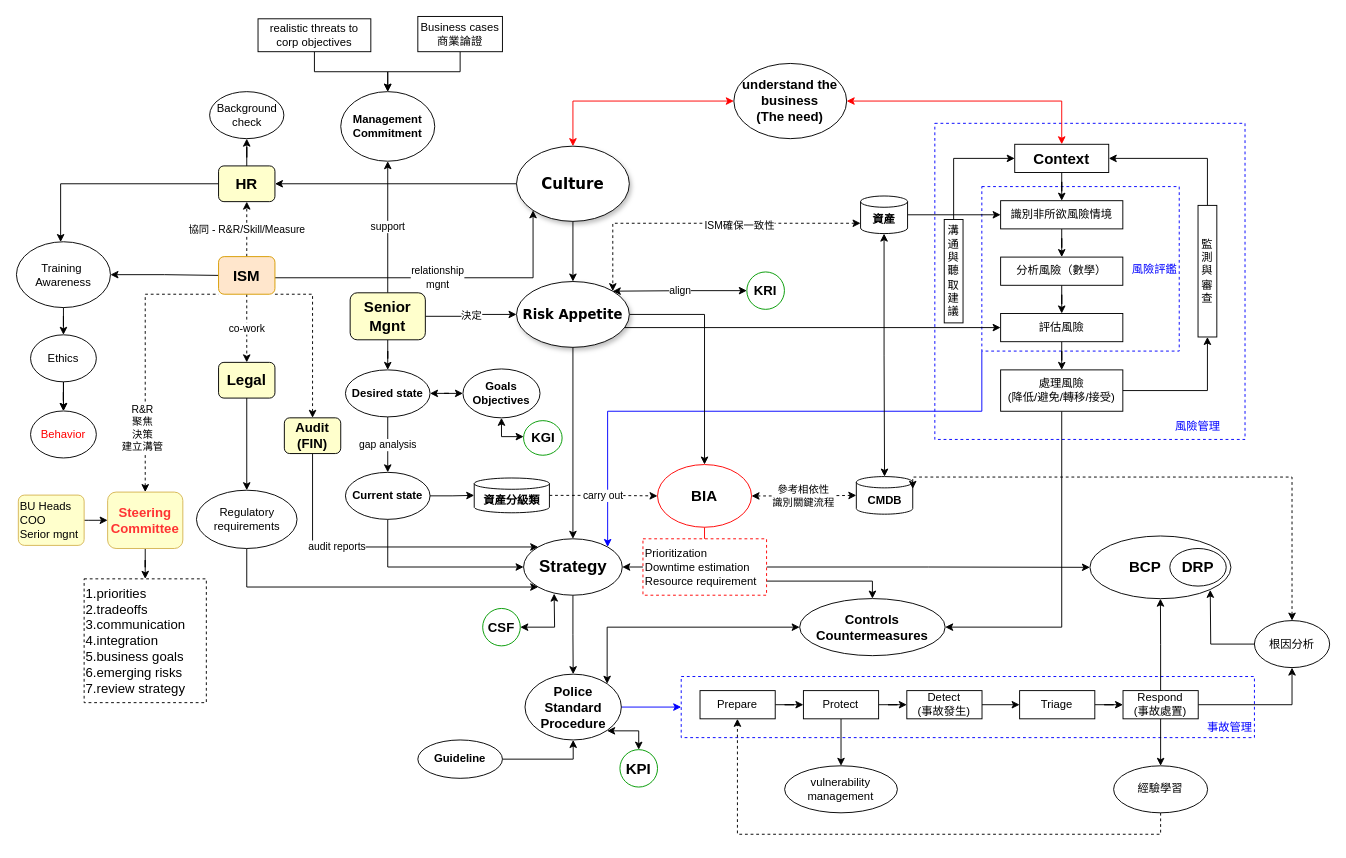
This is Untitled Diagram.drawio from digipenguin/machinelearn-ndu, a draw.io file, before an edit. Source tidied: cells renumbered, new cells numbered last; positions are measured from the earlier drawing's top-left corner, leaving out a move shared by most shapes. Both pictures are drawn from the tidied source at 94%, with x=0, y=0 at pixel (16, 16).
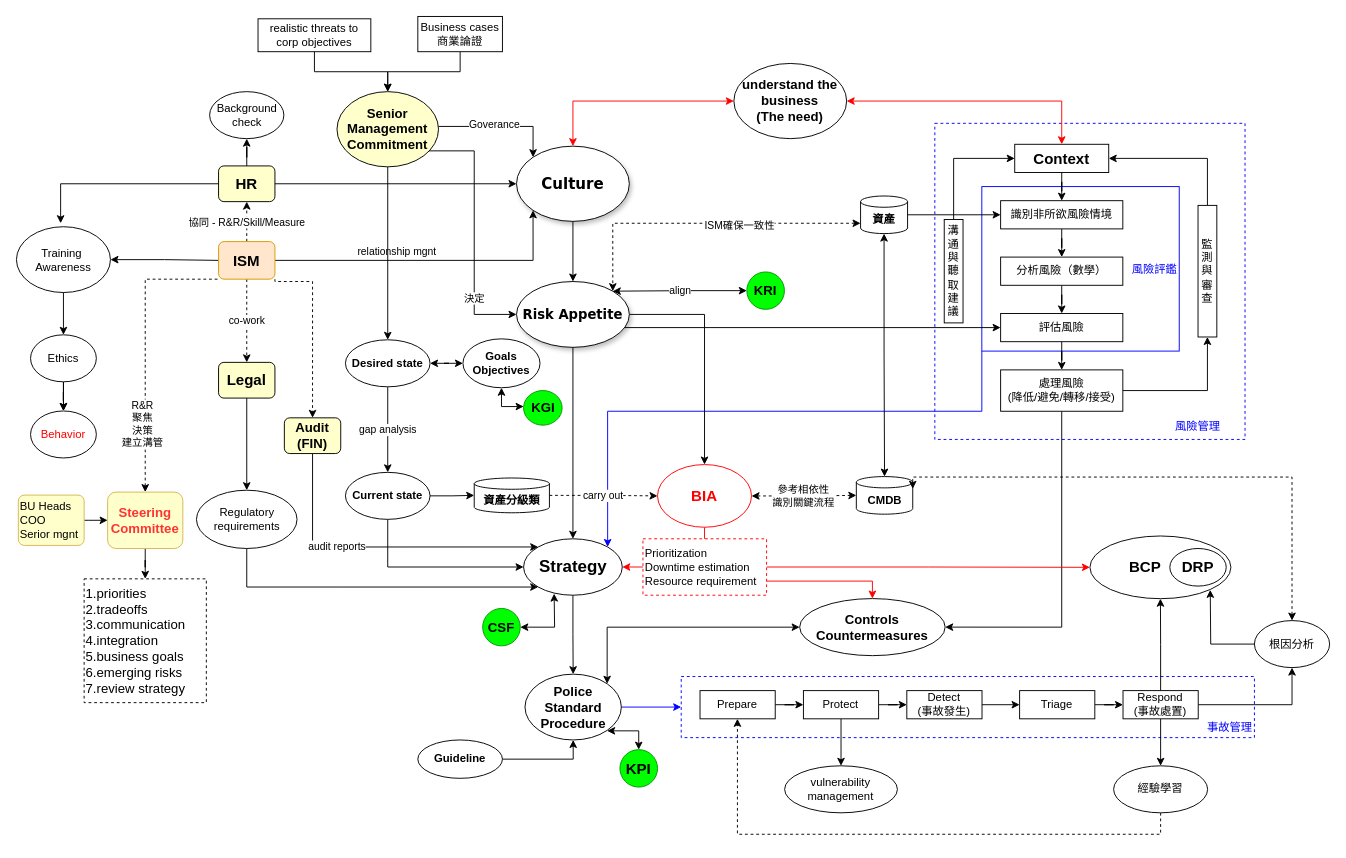
After the change.

Unchanged cells that the change refers to:
```xml
<mxCell id="9" value="&lt;span&gt;&lt;font size=&quot;1&quot;&gt;&lt;b style=&quot;font-size: 16px&quot;&gt;Culture&lt;/b&gt;&lt;/font&gt;&lt;/span&gt;" style="ellipse;whiteSpace=wrap;html=1;rounded=0;shadow=1;comic=0;labelBackgroundColor=none;strokeWidth=1;fontFamily=Verdana;fontSize=12;align=center;" parent="1" vertex="1">
  <mxGeometry x="532" y="138" width="120" height="80" as="geometry" />
</mxCell>
<mxCell id="13" value="&lt;span&gt;&lt;font size=&quot;1&quot;&gt;&lt;b style=&quot;font-size: 14px&quot;&gt;Risk Appetite&lt;/b&gt;&lt;/font&gt;&lt;/span&gt;" style="ellipse;whiteSpace=wrap;html=1;rounded=0;shadow=1;comic=0;labelBackgroundColor=none;strokeWidth=1;fontFamily=Verdana;fontSize=12;align=center;" parent="1" vertex="1">
  <mxGeometry x="532" y="282" width="120" height="70" as="geometry" />
</mxCell>
<mxCell id="15" value="&lt;b&gt;&lt;font style=&quot;font-size: 18px&quot;&gt;Strategy&lt;/font&gt;&lt;/b&gt;" style="ellipse;whiteSpace=wrap;html=1;" parent="1" vertex="1">
  <mxGeometry x="539.5" y="555.7" width="105" height="60" as="geometry" />
</mxCell>
<mxCell id="32" value="&lt;b&gt;&lt;font style=&quot;font-size: 16px&quot;&gt;HR&lt;/font&gt;&lt;/b&gt;" style="rounded=1;whiteSpace=wrap;html=1;fillColor=#FFFFCC;" parent="1" vertex="1">
  <mxGeometry x="215" y="159" width="60" height="38" as="geometry" />
</mxCell>
<mxCell id="69" value="&lt;span&gt;Prioritization&lt;/span&gt;&lt;br&gt;&lt;span&gt;Downtime estimation&lt;br&gt;Resource requirement&lt;br&gt;&lt;/span&gt;" style="rounded=0;whiteSpace=wrap;html=1;fillColor=#FFFFFF;align=left;dashed=1;strokeColor=#FF0000;" parent="1" vertex="1">
  <mxGeometry x="666.5" y="555.7" width="131.5" height="60" as="geometry" />
</mxCell>
<mxCell id="70" value="&lt;blockquote style=&quot;margin: 0 0 0 40px ; border: none ; padding: 0px&quot;&gt;&lt;font style=&quot;font-size: 16px&quot;&gt;&lt;b&gt;BCP&lt;/b&gt;&lt;/font&gt;&lt;/blockquote&gt;" style="ellipse;whiteSpace=wrap;html=1;strokeColor=#000000;fillColor=#FFFFFF;align=left;" parent="1" vertex="1">
  <mxGeometry x="1142" y="552.7" width="150" height="66.7" as="geometry" />
</mxCell>
<mxCell id="93" value="&lt;b&gt;&lt;font style=&quot;font-size: 14px&quot;&gt;Controls&lt;br&gt;Countermeasures&lt;br&gt;&lt;/font&gt;&lt;/b&gt;" style="ellipse;whiteSpace=wrap;html=1;strokeColor=#000000;fillColor=none;gradientColor=none;" parent="1" vertex="1">
  <mxGeometry x="833.2" y="619.3" width="154.8" height="60.7" as="geometry" />
</mxCell>
<mxCell id="114" value="&lt;b style=&quot;font-size: 14px&quot;&gt;&lt;font color=&quot;#ff3333&quot;&gt;Steering&lt;br&gt;Committee&lt;/font&gt;&lt;/b&gt;" style="rounded=1;whiteSpace=wrap;html=1;strokeColor=#d6b656;fillColor=#FFFFCC;" parent="1" vertex="1">
  <mxGeometry x="97" y="506" width="80" height="60" as="geometry" />
</mxCell>
<mxCell id="119" value="&lt;b style=&quot;font-size: 14px&quot;&gt;&lt;font style=&quot;font-size: 14px&quot;&gt;Audit&lt;br&gt;(FIN)&lt;br&gt;&lt;/font&gt;&lt;/b&gt;" style="rounded=1;whiteSpace=wrap;html=1;fillColor=#FFFFCC;" parent="1" vertex="1">
  <mxGeometry x="285" y="427" width="60" height="38" as="geometry" />
</mxCell>
```

The edit, as a diff of the source:
```diff
@@
-    <mxCell id="5" value="&lt;font color=&quot;#0000ff&quot;&gt;風險評鑑&lt;/font&gt;" style="rounded=0;whiteSpace=wrap;html=1;fillColor=#FFFFFF;align=right;strokeColor=#0000FF;dashed=1;" parent="1" vertex="1">
+    <mxCell id="5" value="&lt;font color=&quot;#0000ff&quot;&gt;風險評鑑&lt;/font&gt;" style="rounded=0;whiteSpace=wrap;html=1;fillColor=#FFFFFF;align=right;strokeColor=#0000FF;" parent="1" vertex="1">
       <mxGeometry x="1027" y="181" width="210" height="175" as="geometry" />
     </mxCell>
@@
-    <mxCell id="8" style="edgeStyle=orthogonalEdgeStyle;rounded=0;jettySize=auto;html=1;entryX=1;entryY=0.5;entryDx=0;entryDy=0;" parent="1" edge="1" source="9" target="32">
+    <mxCell id="8" style="edgeStyle=orthogonalEdgeStyle;rounded=0;jettySize=auto;html=1;entryX=1;entryY=0.5;entryDx=0;entryDy=0;startArrow=classic;startFill=1;endArrow=none;endFill=0;" parent="1" edge="1" source="9" target="32">
       <mxGeometry relative="1" as="geometry" />
     </mxCell>
@@
     <mxCell id="22" value="Training&amp;nbsp;&lt;br&gt;Awareness" style="ellipse;whiteSpace=wrap;html=1;" parent="1" vertex="1">
-      <mxGeometry y="239.7" width="100" height="70" as="geometry" />
+      <mxGeometry y="223.7" width="100" height="70" as="geometry" />
     </mxCell>
@@
-    <mxCell id="25" value="relationship&lt;br&gt;mgnt" style="edgeStyle=orthogonalEdgeStyle;rounded=0;jettySize=auto;html=1;entryX=0;entryY=1;entryDx=0;entryDy=0;" parent="1" edge="1" source="29" target="9">
-      <mxGeometry relative="1" as="geometry">
+    <mxCell id="25" value="relationship mgnt" style="edgeStyle=orthogonalEdgeStyle;rounded=0;jettySize=auto;html=1;entryX=0;entryY=1;entryDx=0;entryDy=0;exitX=1;exitY=0.5;exitDx=0;exitDy=0;align=right;" parent="1" edge="1" source="29" target="9">
+      <mxGeometry x="0.05" y="10" relative="1" as="geometry">
         <Array as="points">
-          <mxPoint x="422" y="278" />
-          <mxPoint x="550" y="278" />
+          <mxPoint x="550" y="260" />
         </Array>
+        <mxPoint x="1" as="offset" />
       </mxGeometry>
     </mxCell>
@@
     <mxCell id="28" style="edgeStyle=orthogonalEdgeStyle;rounded=0;jettySize=auto;html=1;entryX=0.5;entryY=0;entryDx=0;entryDy=0;dashed=1;exitX=1;exitY=1;exitDx=0;exitDy=0;" parent="1" edge="1" source="29" target="119">
       <mxGeometry relative="1" as="geometry">
         <Array as="points">
-          <mxPoint x="315" y="296" />
+          <mxPoint x="275" y="282" />
+          <mxPoint x="315" y="282" />
         </Array>
       </mxGeometry>
     </mxCell>
     <mxCell id="29" value="&lt;b&gt;&lt;font style=&quot;font-size: 16px&quot;&gt;ISM&lt;/font&gt;&lt;/b&gt;" style="rounded=1;whiteSpace=wrap;html=1;fillColor=#ffe6cc;strokeColor=#d79b00;" parent="1" vertex="1">
-      <mxGeometry x="215" y="255.5" width="60" height="40" as="geometry" />
+      <mxGeometry x="215" y="239.5" width="60" height="40" as="geometry" />
     </mxCell>
     <mxCell id="30" style="edgeStyle=orthogonalEdgeStyle;rounded=0;jettySize=auto;html=1;" parent="1" edge="1" source="32">
       <mxGeometry relative="1" as="geometry">
-        <mxPoint x="47" y="240" as="targetPoint" />
+        <mxPoint x="47" y="220" as="targetPoint" />
         <Array as="points">
           <mxPoint x="47" y="178" />
-          <mxPoint x="47" y="240" />
+          <mxPoint x="47" y="220" />
         </Array>
       </mxGeometry>
     </mxCell>
@@
-    <mxCell id="63" value="&lt;font style=&quot;font-size: 16px&quot;&gt;&lt;b&gt;BIA&lt;/b&gt;&lt;/font&gt;" style="ellipse;whiteSpace=wrap;html=1;fillColor=#FFFFFF;strokeColor=#FF0000;" parent="1" vertex="1">
+    <mxCell id="63" value="&lt;font style=&quot;font-size: 16px&quot; color=&quot;#ff0000&quot;&gt;&lt;b&gt;BIA&lt;/b&gt;&lt;/font&gt;" style="ellipse;whiteSpace=wrap;html=1;fillColor=#FFFFFF;strokeColor=#FF0000;" parent="1" vertex="1">
       <mxGeometry x="682" y="476.7" width="100" height="66.7" as="geometry" />
     </mxCell>
@@
-    <mxCell id="67" style="edgeStyle=orthogonalEdgeStyle;rounded=0;jettySize=auto;html=1;startArrow=none;startFill=0;endArrow=classic;endFill=1;exitX=0;exitY=0.5;exitDx=0;exitDy=0;entryX=1;entryY=0.5;entryDx=0;entryDy=0;" parent="1" edge="1" source="69" target="15">
+    <mxCell id="67" style="edgeStyle=orthogonalEdgeStyle;rounded=0;jettySize=auto;html=1;startArrow=none;startFill=0;endArrow=classic;endFill=1;exitX=0;exitY=0.5;exitDx=0;exitDy=0;entryX=1;entryY=0.5;entryDx=0;entryDy=0;strokeColor=#FF0000;" parent="1" edge="1" source="69" target="15">
       <mxGeometry relative="1" as="geometry" />
     </mxCell>
-    <mxCell id="68" style="edgeStyle=orthogonalEdgeStyle;rounded=0;jettySize=auto;html=1;entryX=0;entryY=0.5;entryDx=0;entryDy=0;startArrow=none;startFill=0;endArrow=classic;endFill=1;" parent="1" edge="1" source="69" target="70">
+    <mxCell id="68" style="edgeStyle=orthogonalEdgeStyle;rounded=0;jettySize=auto;html=1;entryX=0;entryY=0.5;entryDx=0;entryDy=0;startArrow=none;startFill=0;endArrow=classic;endFill=1;strokeColor=#FF0000;" parent="1" edge="1" source="69" target="70">
       <mxGeometry relative="1" as="geometry" />
     </mxCell>
@@
     <mxCell id="81" value="&lt;b&gt;Desired state&lt;br&gt;&lt;/b&gt;" style="ellipse;whiteSpace=wrap;html=1;strokeColor=#000000;fillColor=#FFFFFF;" parent="1" vertex="1">
-      <mxGeometry x="350" y="376" width="90" height="50" as="geometry" />
+      <mxGeometry x="350" y="344" width="90" height="50" as="geometry" />
     </mxCell>
@@
-    <mxCell id="87" value="決定" style="edgeStyle=orthogonalEdgeStyle;rounded=0;jettySize=auto;html=1;startArrow=none;startFill=0;endArrow=classic;endFill=1;entryX=0;entryY=0.5;entryDx=0;entryDy=0;" parent="1" edge="1" source="90" target="13">
-      <mxGeometry relative="1" as="geometry" />
+    <mxCell id="87" value="決定" style="edgeStyle=orthogonalEdgeStyle;rounded=0;jettySize=auto;html=1;startArrow=none;startFill=0;endArrow=classic;endFill=1;entryX=0;entryY=0.5;entryDx=0;entryDy=0;exitX=1;exitY=1;exitDx=0;exitDy=0;" parent="1" edge="1" source="101" target="13">
+      <mxGeometry x="0.55" relative="1" as="geometry">
+        <Array as="points">
+          <mxPoint x="487" y="143" />
+          <mxPoint x="487" y="317" />
+        </Array>
+      </mxGeometry>
     </mxCell>
-    <mxCell id="88" style="edgeStyle=orthogonalEdgeStyle;rounded=0;jettySize=auto;html=1;startArrow=none;startFill=0;endArrow=classic;endFill=1;" parent="1" edge="1" source="90" target="81">
+    <mxCell id="88" style="edgeStyle=orthogonalEdgeStyle;rounded=0;jettySize=auto;html=1;startArrow=none;startFill=0;endArrow=classic;endFill=1;exitX=0.5;exitY=1;exitDx=0;exitDy=0;" parent="1" edge="1" source="101" target="81">
       <mxGeometry relative="1" as="geometry" />
     </mxCell>
-    <mxCell id="89" value="support" style="edgeStyle=orthogonalEdgeStyle;rounded=0;jettySize=auto;html=1;entryX=0.5;entryY=1;entryDx=0;entryDy=0;" parent="1" edge="1" source="90" target="101">
-      <mxGeometry relative="1" as="geometry" />
-    </mxCell>
-    <mxCell id="90" value="&lt;span style=&quot;font-size: 16px&quot;&gt;&lt;b&gt;Senior&lt;br&gt;Mgnt&lt;br&gt;&lt;/b&gt;&lt;/span&gt;" style="rounded=1;whiteSpace=wrap;html=1;fillColor=#FFFFCC;" parent="1" vertex="1">
-      <mxGeometry x="355" y="294" width="80" height="50" as="geometry" />
-    </mxCell>
@@
-    <mxCell id="92" style="edgeStyle=orthogonalEdgeStyle;rounded=0;jettySize=auto;html=1;startArrow=classic;startFill=1;endArrow=none;endFill=0;exitX=0.5;exitY=0;exitDx=0;exitDy=0;entryX=1;entryY=0.75;entryDx=0;entryDy=0;" parent="1" edge="1" source="93" target="69">
+    <mxCell id="92" style="edgeStyle=orthogonalEdgeStyle;rounded=0;jettySize=auto;html=1;startArrow=classic;startFill=1;endArrow=none;endFill=0;exitX=0.5;exitY=0;exitDx=0;exitDy=0;entryX=1;entryY=0.75;entryDx=0;entryDy=0;strokeColor=#FF0000;" parent="1" edge="1" source="93" target="69">
       <mxGeometry relative="1" as="geometry">
         <Array as="points">
           <mxPoint x="911" y="601" />
         </Array>
       </mxGeometry>
     </mxCell>
@@
+    <mxCell id="130" style="edgeStyle=orthogonalEdgeStyle;rounded=0;jettySize=auto;html=1;entryX=0;entryY=0;entryDx=0;entryDy=0;startArrow=none;startFill=0;endArrow=classic;endFill=1;" parent="1" edge="1" source="101" target="9">
+      <mxGeometry relative="1" as="geometry">
+        <Array as="points">
+          <mxPoint x="550" y="117" />
+        </Array>
+      </mxGeometry>
+    </mxCell>
+    <mxCell id="131" value="Goverance&lt;br&gt;&amp;nbsp;&amp;nbsp;&lt;br&gt;" style="edgeLabel;html=1;align=left;verticalAlign=middle;" parent="130" vertex="1">
+      <mxGeometry x="-0.53" y="-4" relative="1" as="geometry" />
+    </mxCell>
-    <mxCell id="101" value="&lt;b&gt;Management&lt;br&gt;Commitment&lt;/b&gt;" style="ellipse;whiteSpace=wrap;html=1;" parent="1" vertex="1">
-      <mxGeometry x="345" y="80" width="100" height="74" as="geometry" />
+    <mxCell id="101" value="&lt;b style=&quot;font-size: 14px&quot;&gt;Senior&lt;br&gt;Management&lt;br&gt;Commitment&lt;/b&gt;" style="ellipse;whiteSpace=wrap;html=1;fillColor=#FFFFCC;" parent="1" vertex="1">
+      <mxGeometry x="341" y="80" width="108" height="80" as="geometry" />
     </mxCell>
@@
     <mxCell id="111" style="edgeStyle=orthogonalEdgeStyle;rounded=0;jettySize=auto;html=1;entryX=0;entryY=1;entryDx=0;entryDy=0;startArrow=classic;startFill=1;exitX=0.5;exitY=0;exitDx=0;exitDy=0;endArrow=none;endFill=0;dashed=1;" parent="1" edge="1" source="114" target="29">
       <mxGeometry relative="1" as="geometry">
         <Array as="points">
-          <mxPoint x="137" y="296" />
+          <mxPoint x="137" y="280" />
         </Array>
       </mxGeometry>
     </mxCell>
@@
     <mxCell id="116" value="&lt;b&gt;&lt;span&gt;Goals&lt;/span&gt;&lt;br&gt;&lt;span&gt;Objectives&lt;/span&gt;&lt;/b&gt;" style="ellipse;whiteSpace=wrap;html=1;strokeColor=#000000;fillColor=#FFFFFF;" parent="1" vertex="1">
-      <mxGeometry x="475" y="375" width="82" height="52" as="geometry" />
+      <mxGeometry x="475" y="343" width="82" height="52" as="geometry" />
     </mxCell>
@@
-    <mxCell id="123" value="&lt;b&gt;&lt;font style=&quot;font-size: 14px&quot;&gt;KRI&lt;/font&gt;&lt;/b&gt;" style="ellipse;whiteSpace=wrap;html=1;fillColor=#FFFFFF;strokeColor=#009900;" parent="1" vertex="1">
+    <mxCell id="123" value="&lt;b&gt;&lt;font style=&quot;font-size: 14px&quot;&gt;KRI&lt;/font&gt;&lt;/b&gt;" style="ellipse;whiteSpace=wrap;html=1;strokeColor=#009900;fillColor=#00FF00;" parent="1" vertex="1">
       <mxGeometry x="777" y="271.8" width="40" height="39.8" as="geometry" />
     </mxCell>
@@
-    <mxCell id="125" value="&lt;b&gt;&lt;font style=&quot;font-size: 14px&quot;&gt;CSF&lt;/font&gt;&lt;/b&gt;" style="ellipse;whiteSpace=wrap;html=1;fillColor=#FFFFFF;strokeColor=#009900;" parent="1" vertex="1">
+    <mxCell id="125" value="&lt;b&gt;&lt;font style=&quot;font-size: 14px&quot;&gt;CSF&lt;/font&gt;&lt;/b&gt;" style="ellipse;whiteSpace=wrap;html=1;strokeColor=#009900;fillColor=#00FF00;" parent="1" vertex="1">
       <mxGeometry x="496" y="629.8" width="40" height="39.8" as="geometry" />
     </mxCell>
@@
-    <mxCell id="127" value="&lt;b&gt;&lt;font style=&quot;font-size: 16px&quot;&gt;KPI&lt;/font&gt;&lt;/b&gt;" style="ellipse;whiteSpace=wrap;html=1;fillColor=#FFFFFF;strokeColor=#009900;" parent="1" vertex="1">
+    <mxCell id="127" value="&lt;b&gt;&lt;font style=&quot;font-size: 16px&quot;&gt;KPI&lt;/font&gt;&lt;/b&gt;" style="ellipse;whiteSpace=wrap;html=1;fillColor=#00FF00;strokeColor=#009900;" parent="1" vertex="1">
       <mxGeometry x="642" y="780" width="40" height="39.8" as="geometry" />
     </mxCell>
     <mxCell id="128" style="edgeStyle=orthogonalEdgeStyle;rounded=0;jettySize=auto;html=1;entryX=0.5;entryY=1;entryDx=0;entryDy=0;startArrow=classic;startFill=1;" parent="1" edge="1" source="129" target="116">
       <mxGeometry relative="1" as="geometry">
         <Array as="points">
-          <mxPoint x="516" y="447" />
+          <mxPoint x="516" y="415" />
         </Array>
       </mxGeometry>
     </mxCell>
-    <mxCell id="129" value="&lt;b&gt;&lt;font style=&quot;font-size: 14px&quot;&gt;KGI&lt;/font&gt;&lt;/b&gt;" style="ellipse;whiteSpace=wrap;html=1;fillColor=#FFFFFF;strokeColor=#009900;" parent="1" vertex="1">
-      <mxGeometry x="539.5" y="430" width="41" height="36.8" as="geometry" />
+    <mxCell id="129" value="&lt;b&gt;&lt;font style=&quot;font-size: 14px&quot;&gt;KGI&lt;/font&gt;&lt;/b&gt;" style="ellipse;whiteSpace=wrap;html=1;strokeColor=#009900;fillColor=#00FF00;" parent="1" vertex="1">
+      <mxGeometry x="539.5" y="398" width="41" height="36.8" as="geometry" />
     </mxCell>
```
